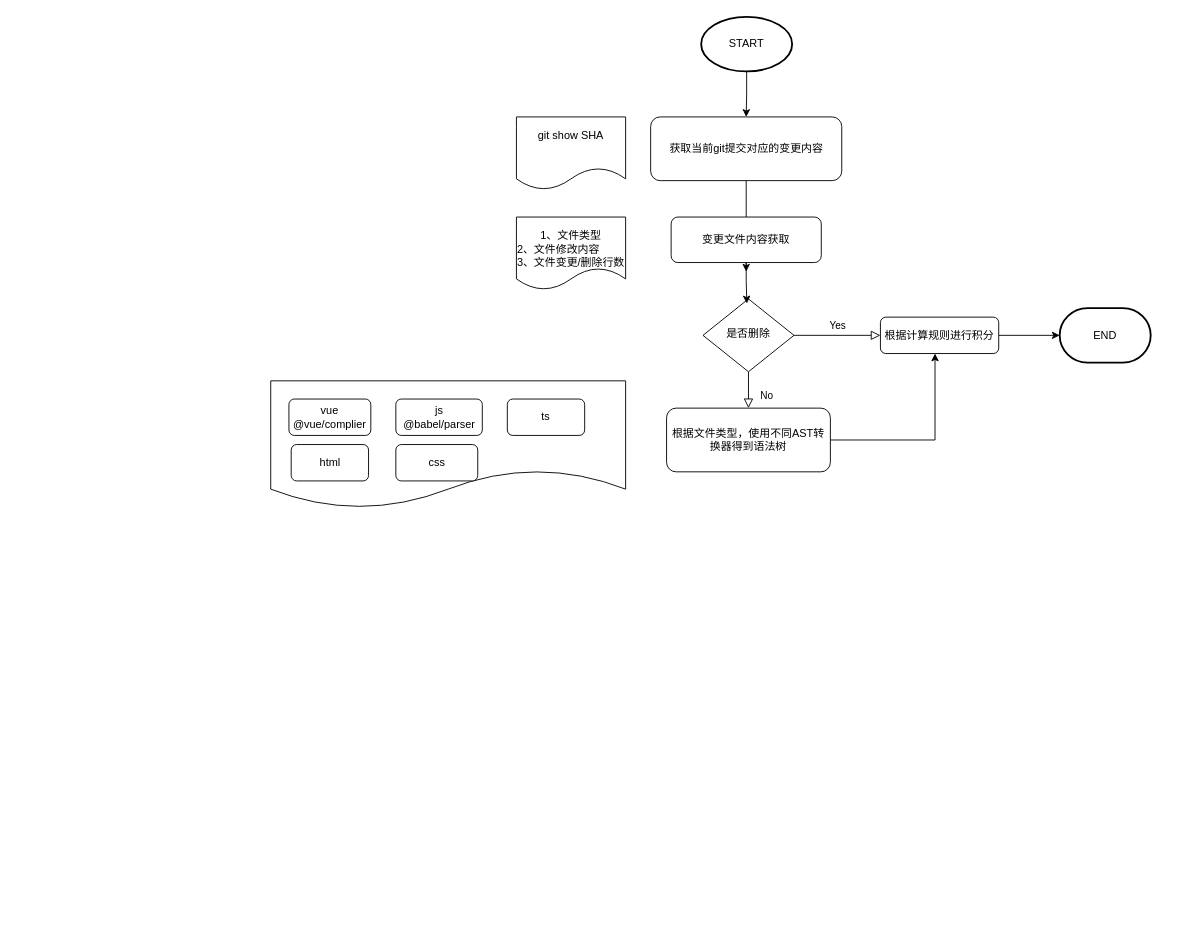
Earlier version of the draw.io diagram 前端代码当量流程图.drawio (Dinosly/fe-interview). Source tidied: cells renumbered, new cells numbered last; positions are measured from the earlier drawing's top-left corner, leaving out a move shared by most shapes. Both pictures are drawn from the tidied source at 91%, with x=0, y=0 at pixel (270, 16).
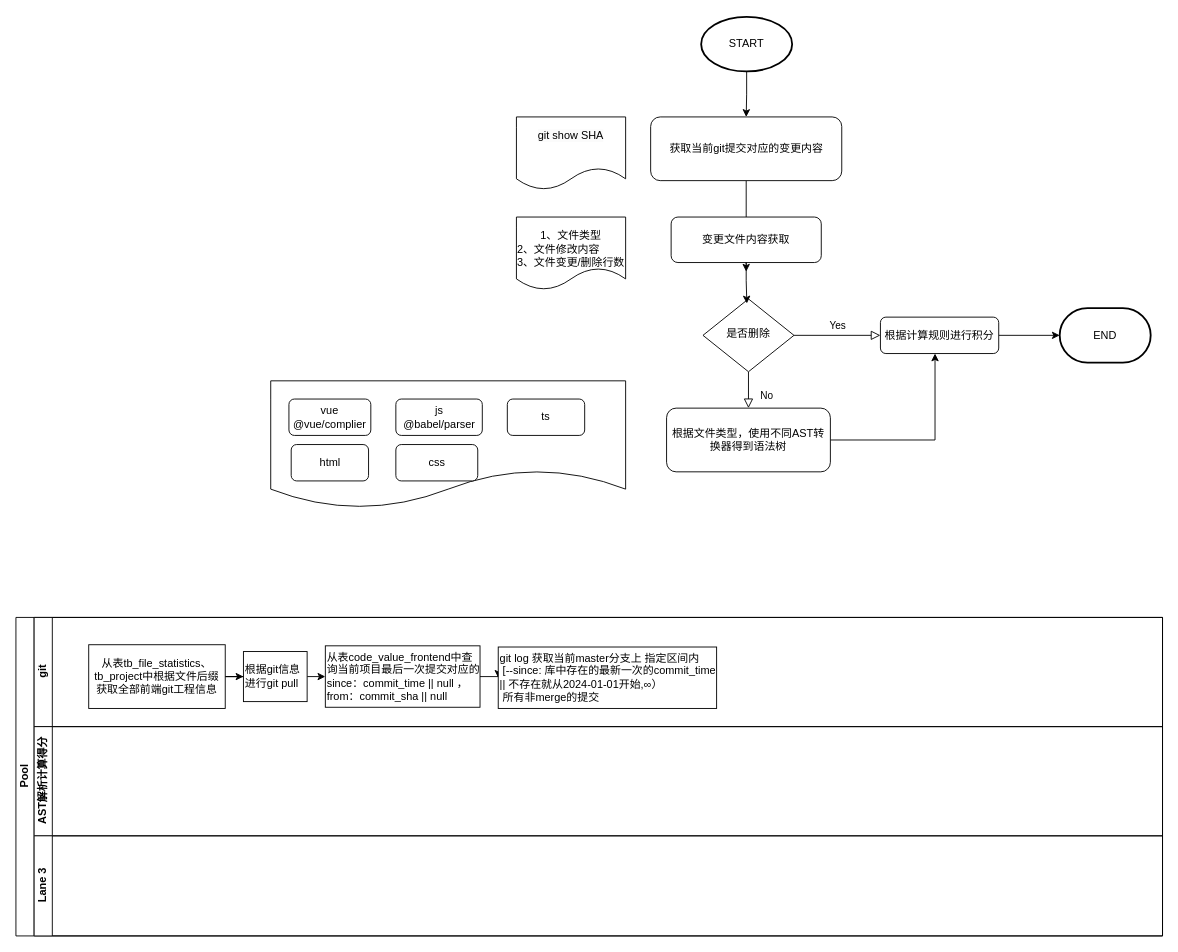
The same diagram, later.

Commit message:
更新前端代码当量流程图.drawio

Change to the diagram source:
```diff
@@
+    <mxCell id="24" value="Pool" style="swimlane;horizontal=0;startSize=20;html=1;" parent="1" vertex="1">
+      <mxGeometry x="-280" y="660" width="1260" height="350" as="geometry" />
+    </mxCell>
+    <mxCell id="25" value="git" style="swimlane;startSize=20;horizontal=0;html=1;" parent="24" vertex="1">
+      <mxGeometry x="20" width="1240" height="120" as="geometry" />
+    </mxCell>
+    <mxCell id="26" style="edgeStyle=orthogonalEdgeStyle;rounded=0;jettySize=auto;html=1;" parent="25" edge="1" source="27" target="29">
+      <mxGeometry relative="1" as="geometry" />
+    </mxCell>
+    <mxCell id="27" value="从表tb_file_statistics、tb_project中根据文件后缀获取全部前端git工程信息" style="whiteSpace=wrap;html=1;" parent="25" vertex="1">
+      <mxGeometry x="60" y="30" width="150" height="70" as="geometry" />
+    </mxCell>
+    <mxCell id="28" style="edgeStyle=orthogonalEdgeStyle;rounded=0;jettySize=auto;html=1;" parent="25" edge="1" source="29" target="31">
+      <mxGeometry relative="1" as="geometry" />
+    </mxCell>
+    <mxCell id="29" value="根据git信息&lt;div&gt;进行git pull&lt;/div&gt;" style="whiteSpace=wrap;html=1;align=left;" parent="25" vertex="1">
+      <mxGeometry x="230" y="37.5" width="70" height="55" as="geometry" />
+    </mxCell>
+    <mxCell id="30" style="edgeStyle=orthogonalEdgeStyle;rounded=0;jettySize=auto;html=1;" parent="25" edge="1" source="31" target="32">
+      <mxGeometry relative="1" as="geometry" />
+    </mxCell>
+    <mxCell id="31" value="从表code_value_frontend中查询当前项目最后一次提交对应的&lt;div&gt;since：commit_time || null ， from：commit_sha&lt;span style=&quot;background-color: initial;&quot;&gt;&amp;nbsp;&lt;/span&gt;&lt;span style=&quot;background-color: initial;&quot;&gt;||&lt;/span&gt;&lt;span style=&quot;background-color: initial;&quot;&gt;&amp;nbsp;null&lt;/span&gt;&lt;/div&gt;" style="whiteSpace=wrap;html=1;align=left;" parent="25" vertex="1">
+      <mxGeometry x="320" y="31.2" width="170" height="67.5" as="geometry" />
+    </mxCell>
+    <mxCell id="32" value="git log 获取当前master分支上 指定区间内&lt;div&gt;&amp;nbsp;[--since: 库中存在的最新一次的commit_time || 不存在就从2024-01-01开始,∞）&lt;div&gt;&amp;nbsp;所有非merge的提交&lt;/div&gt;&lt;/div&gt;" style="whiteSpace=wrap;html=1;align=left;" parent="25" vertex="1">
+      <mxGeometry x="510" y="32.5" width="240" height="67.5" as="geometry" />
+    </mxCell>
+    <mxCell id="33" value="AST解析计算得分" style="swimlane;startSize=20;horizontal=0;html=1;" parent="24" vertex="1">
+      <mxGeometry x="20" y="120" width="1240" height="120" as="geometry" />
+    </mxCell>
+    <mxCell id="34" value="Lane 3" style="swimlane;startSize=20;horizontal=0;html=1;" parent="24" vertex="1">
+      <mxGeometry x="20" y="240" width="1240" height="110" as="geometry" />
+    </mxCell>
```
